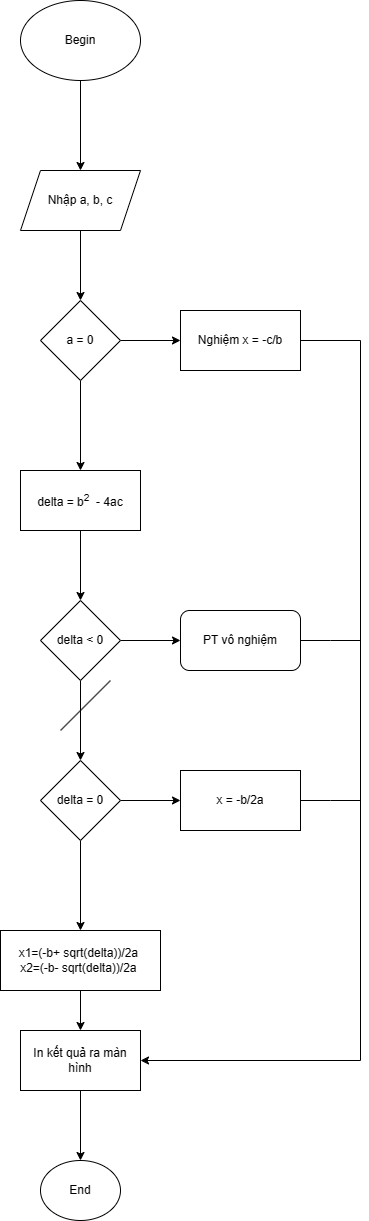
Above: C1/bai1.drawio.png in Nguyen-QHuy/LTCB (draw.io), before the change. Source tidied: cells renumbered, new cells last; positions are measured from the earlier drawing's top-left corner, leaving out a move shared by most shapes.
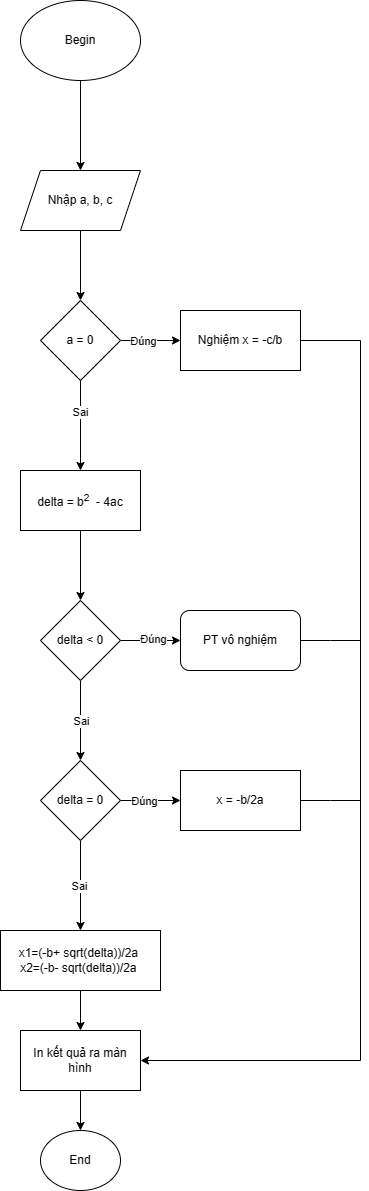
After the change.

Commit message:
Cập nhật bai1.drawio.png

The edit, as a diff of the source:
```diff
@@ -17,9 +17,15 @@
     <mxCell id="6" style="edgeStyle=orthogonalEdgeStyle;rounded=0;jettySize=auto;html=1;" parent="1" edge="1" source="8" target="9">
       <mxGeometry relative="1" as="geometry" />
     </mxCell>
+    <mxCell id="29" value="Đúng" style="edgeLabel;html=1;align=center;verticalAlign=middle;" parent="6" vertex="1">
+      <mxGeometry x="-0.28" relative="1" as="geometry" />
+    </mxCell>
     <mxCell id="7" style="edgeStyle=orthogonalEdgeStyle;rounded=0;jettySize=auto;html=1;" parent="1" edge="1" source="8" target="11">
       <mxGeometry relative="1" as="geometry" />
     </mxCell>
+    <mxCell id="30" value="Sai" style="edgeLabel;html=1;align=center;verticalAlign=middle;" parent="7" vertex="1">
+      <mxGeometry x="-0.3" y="-1" relative="1" as="geometry" />
+    </mxCell>
     <mxCell id="8" value="a = 0" style="rhombus;whiteSpace=wrap;html=1;" parent="1" vertex="1">
       <mxGeometry x="40" y="300" width="80" height="80" as="geometry" />
     </mxCell>
@@ -35,9 +41,15 @@
     <mxCell id="12" style="edgeStyle=orthogonalEdgeStyle;rounded=0;jettySize=auto;html=1;" parent="1" edge="1" source="14" target="16">
       <mxGeometry relative="1" as="geometry" />
     </mxCell>
+    <mxCell id="31" value="Đúng" style="edgeLabel;html=1;align=center;verticalAlign=middle;" parent="12" vertex="1">
+      <mxGeometry x="0.05" y="2" relative="1" as="geometry" />
+    </mxCell>
     <mxCell id="13" style="edgeStyle=orthogonalEdgeStyle;rounded=0;jettySize=auto;html=1;" parent="1" edge="1" source="14" target="19">
       <mxGeometry relative="1" as="geometry" />
     </mxCell>
+    <mxCell id="32" value="Sai" style="edgeLabel;html=1;align=center;verticalAlign=middle;" parent="13" vertex="1">
+      <mxGeometry relative="1" as="geometry" />
+    </mxCell>
     <mxCell id="14" value="delta &amp;lt; 0" style="rhombus;whiteSpace=wrap;html=1;" parent="1" vertex="1">
       <mxGeometry x="40" y="600" width="80" height="80" as="geometry" />
     </mxCell>
@@ -52,9 +64,15 @@
     <mxCell id="17" style="edgeStyle=orthogonalEdgeStyle;rounded=0;jettySize=auto;html=1;" parent="1" edge="1" source="19" target="21">
       <mxGeometry relative="1" as="geometry" />
     </mxCell>
+    <mxCell id="33" value="Đúng" style="edgeLabel;html=1;align=center;verticalAlign=middle;" parent="17" vertex="1">
+      <mxGeometry x="-0.25" relative="1" as="geometry" />
+    </mxCell>
     <mxCell id="18" style="edgeStyle=orthogonalEdgeStyle;rounded=0;jettySize=auto;html=1;" parent="1" edge="1" source="19" target="23">
       <mxGeometry relative="1" as="geometry" />
     </mxCell>
+    <mxCell id="34" value="Sai" style="edgeLabel;html=1;align=center;verticalAlign=middle;" parent="18" vertex="1">
+      <mxGeometry x="-0.01" y="-2" relative="1" as="geometry" />
+    </mxCell>
     <mxCell id="19" value="delta = 0" style="rhombus;whiteSpace=wrap;html=1;" parent="1" vertex="1">
       <mxGeometry x="40" y="760" width="80" height="80" as="geometry" />
     </mxCell>
@@ -85,14 +103,8 @@
         </Array>
       </mxGeometry>
     </mxCell>
-    <mxCell id="27" style="endArrow=none;html=1;rounded=0;" parent="1" edge="1">
-      <mxGeometry relative="1" as="geometry">
-        <mxPoint x="60" y="730" as="sourcePoint" />
-        <mxPoint x="110" y="680" as="targetPoint" />
-      </mxGeometry>
-    </mxCell>
     <mxCell id="28" value="End" style="ellipse;whiteSpace=wrap;html=1;" parent="1" vertex="1">
-      <mxGeometry x="40" y="1160" width="80" height="60" as="geometry" />
+      <mxGeometry x="40" y="1130" width="80" height="60" as="geometry" />
     </mxCell>
   </root>
 </mxGraphModel>
```
